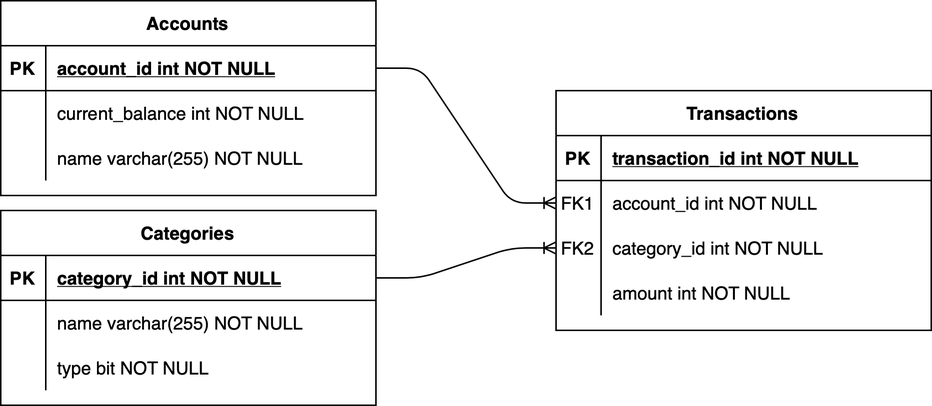
Above: doc/pictures/er-logical.drawio.png in GeorgiiFirsov/bdgt (draw.io), before the change. Source tidied: cells renumbered, new cells last; positions are measured from the earlier drawing's top-left corner, leaving out a move shared by most shapes. The source it was exported from:
```xml
<mxGraphModel>
  <root>
    <mxCell id="0" />
    <mxCell id="1" parent="0" />
    <mxCell id="2" value="Transactions" style="shape=table;startSize=30;rowLines=0;fontStyle=1;align=center;fontFamily=Helvetica;" parent="1" vertex="1">
      <mxGeometry x="370" y="60" width="250" height="160" as="geometry" />
    </mxCell>
    <mxCell id="3" style="shape=partialRectangle;fillColor=none;top=0;left=0;right=0;bottom=1;fontFamily=Helvetica;" parent="2" vertex="1">
      <mxGeometry y="30" width="250" height="30" as="geometry" />
    </mxCell>
    <mxCell id="4" value="PK" style="shape=partialRectangle;overflow=hidden;fillColor=none;top=0;left=0;bottom=0;right=0;fontStyle=1;fontFamily=Helvetica;" parent="3" vertex="1">
      <mxGeometry width="30" height="30" as="geometry" />
    </mxCell>
    <mxCell id="5" value="transaction_id int NOT NULL " style="shape=partialRectangle;overflow=hidden;fillColor=none;top=0;left=0;bottom=0;right=0;align=left;spacingLeft=6;fontStyle=5;fontFamily=Helvetica;" parent="3" vertex="1">
      <mxGeometry x="30" width="220" height="30" as="geometry" />
    </mxCell>
    <mxCell id="6" style="shape=partialRectangle;fillColor=none;points=[[0,0.5],[1,0.5]];portConstraint=eastwest;top=0;left=0;right=0;bottom=0;fontFamily=Helvetica;" parent="2" vertex="1">
      <mxGeometry y="60" width="250" height="30" as="geometry" />
    </mxCell>
    <mxCell id="7" value="FK1" style="shape=partialRectangle;overflow=hidden;fillColor=none;top=0;left=0;bottom=0;right=0;fontFamily=Helvetica;" parent="6" vertex="1">
      <mxGeometry width="30" height="30" as="geometry" />
    </mxCell>
    <mxCell id="8" value="account_id int NOT NULL" style="shape=partialRectangle;overflow=hidden;fillColor=none;top=0;left=0;bottom=0;right=0;align=left;spacingLeft=6;fontFamily=Helvetica;" parent="6" vertex="1">
      <mxGeometry x="30" width="220" height="30" as="geometry" />
    </mxCell>
    <mxCell id="9" style="shape=tableRow;horizontal=0;startSize=0;swimlaneHead=0;swimlaneBody=0;fillColor=none;points=[[0,0.5],[1,0.5]];portConstraint=eastwest;top=0;left=0;right=0;bottom=0;fontFamily=Helvetica;" parent="2" vertex="1">
      <mxGeometry y="90" width="250" height="30" as="geometry" />
    </mxCell>
    <mxCell id="10" value="FK2" style="shape=partialRectangle;fillColor=none;top=0;left=0;bottom=0;right=0;fontStyle=0;overflow=hidden;whiteSpace=wrap;html=1;fontFamily=Helvetica;" parent="9" vertex="1">
      <mxGeometry width="30" height="30" as="geometry" />
    </mxCell>
    <mxCell id="11" value="category_id int NOT NULL" style="shape=partialRectangle;fillColor=none;top=0;left=0;bottom=0;right=0;align=left;spacingLeft=6;fontStyle=0;overflow=hidden;whiteSpace=wrap;html=1;fontFamily=Helvetica;" parent="9" vertex="1">
      <mxGeometry x="30" width="220" height="30" as="geometry" />
    </mxCell>
    <mxCell id="12" style="shape=partialRectangle;fillColor=none;top=0;left=0;right=0;bottom=0;fontFamily=Helvetica;" parent="2" vertex="1">
      <mxGeometry y="120" width="250" height="30" as="geometry" />
    </mxCell>
    <mxCell id="13" style="shape=partialRectangle;overflow=hidden;fillColor=none;top=0;left=0;bottom=0;right=0;fontFamily=Helvetica;" parent="12" vertex="1">
      <mxGeometry width="30" height="30" as="geometry" />
    </mxCell>
    <mxCell id="14" value="amount int NOT NULL" style="shape=partialRectangle;overflow=hidden;fillColor=none;top=0;left=0;bottom=0;right=0;align=left;spacingLeft=6;fontFamily=Helvetica;" parent="12" vertex="1">
      <mxGeometry x="30" width="220" height="30" as="geometry" />
    </mxCell>
    <mxCell id="15" value="Categories" style="shape=table;startSize=30;rowLines=0;fontStyle=1;align=center;fontFamily=Helvetica;" parent="1" vertex="1">
      <mxGeometry y="140" width="250" height="130" as="geometry" />
    </mxCell>
    <mxCell id="16" style="shape=partialRectangle;fillColor=none;points=[[0,0.5],[1,0.5]];portConstraint=eastwest;top=0;left=0;right=0;bottom=1;fontFamily=Helvetica;" parent="15" vertex="1">
      <mxGeometry y="30" width="250" height="30" as="geometry" />
    </mxCell>
    <mxCell id="17" value="PK" style="shape=partialRectangle;overflow=hidden;fillColor=none;top=0;left=0;bottom=0;right=0;fontStyle=1;fontFamily=Helvetica;" parent="16" vertex="1">
      <mxGeometry width="30" height="30" as="geometry" />
    </mxCell>
    <mxCell id="18" value="category_id int NOT NULL " style="shape=partialRectangle;overflow=hidden;fillColor=none;top=0;left=0;bottom=0;right=0;align=left;spacingLeft=6;fontStyle=5;fontFamily=Helvetica;" parent="16" vertex="1">
      <mxGeometry x="30" width="220" height="30" as="geometry" />
    </mxCell>
    <mxCell id="19" style="shape=partialRectangle;fillColor=none;top=0;left=0;right=0;bottom=0;fontFamily=Helvetica;" parent="15" vertex="1">
      <mxGeometry y="60" width="250" height="30" as="geometry" />
    </mxCell>
    <mxCell id="20" style="shape=partialRectangle;overflow=hidden;fillColor=none;top=0;left=0;bottom=0;right=0;fontFamily=Helvetica;" parent="19" vertex="1">
      <mxGeometry width="30" height="30" as="geometry" />
    </mxCell>
    <mxCell id="21" value="name varchar(255) NOT NULL" style="shape=partialRectangle;overflow=hidden;fillColor=none;top=0;left=0;bottom=0;right=0;align=left;spacingLeft=6;fontFamily=Helvetica;" parent="19" vertex="1">
      <mxGeometry x="30" width="220" height="30" as="geometry" />
    </mxCell>
    <mxCell id="22" style="shape=tableRow;horizontal=0;startSize=0;swimlaneHead=0;swimlaneBody=0;fillColor=none;top=0;left=0;right=0;bottom=0;" parent="15" vertex="1">
      <mxGeometry y="90" width="250" height="30" as="geometry" />
    </mxCell>
    <mxCell id="23" style="shape=partialRectangle;fillColor=none;top=0;left=0;bottom=0;right=0;overflow=hidden;" parent="22" vertex="1">
      <mxGeometry width="30" height="30" as="geometry" />
    </mxCell>
    <mxCell id="24" value="type bit NOT NULL" style="shape=partialRectangle;fillColor=none;top=0;left=0;bottom=0;right=0;align=left;spacingLeft=6;overflow=hidden;" parent="22" vertex="1">
      <mxGeometry x="30" width="220" height="30" as="geometry" />
    </mxCell>
    <mxCell id="25" value="Accounts" style="shape=table;startSize=30;rowLines=0;fontStyle=1;align=center;fontFamily=Helvetica;" parent="1" vertex="1">
      <mxGeometry width="250" height="130" as="geometry" />
    </mxCell>
    <mxCell id="26" style="shape=partialRectangle;fillColor=none;points=[[0,0.5],[1,0.5]];portConstraint=eastwest;top=0;left=0;right=0;bottom=1;fontFamily=Helvetica;" parent="25" vertex="1">
      <mxGeometry y="30" width="250" height="30" as="geometry" />
    </mxCell>
    <mxCell id="27" value="PK" style="shape=partialRectangle;overflow=hidden;fillColor=none;top=0;left=0;bottom=0;right=0;fontStyle=1;fontFamily=Helvetica;" parent="26" vertex="1">
      <mxGeometry width="30" height="30" as="geometry" />
    </mxCell>
    <mxCell id="28" value="account_id int NOT NULL " style="shape=partialRectangle;overflow=hidden;fillColor=none;top=0;left=0;bottom=0;right=0;align=left;spacingLeft=6;fontStyle=5;fontFamily=Helvetica;" parent="26" vertex="1">
      <mxGeometry x="30" width="220" height="30" as="geometry" />
    </mxCell>
    <mxCell id="29" style="shape=partialRectangle;fillColor=none;top=0;left=0;right=0;bottom=0;fontFamily=Helvetica;" parent="25" vertex="1">
      <mxGeometry y="60" width="250" height="30" as="geometry" />
    </mxCell>
    <mxCell id="30" style="shape=partialRectangle;overflow=hidden;fillColor=none;top=0;left=0;bottom=0;right=0;fontFamily=Helvetica;" parent="29" vertex="1">
      <mxGeometry width="30" height="30" as="geometry" />
    </mxCell>
    <mxCell id="31" value="current_balance int NOT NULL" style="shape=partialRectangle;overflow=hidden;fillColor=none;top=0;left=0;bottom=0;right=0;align=left;spacingLeft=6;fontFamily=Helvetica;" parent="29" vertex="1">
      <mxGeometry x="30" width="220" height="30" as="geometry" />
    </mxCell>
    <mxCell id="32" style="shape=tableRow;horizontal=0;startSize=0;swimlaneHead=0;swimlaneBody=0;fillColor=none;top=0;left=0;right=0;bottom=0;" parent="25" vertex="1">
      <mxGeometry y="90" width="250" height="30" as="geometry" />
    </mxCell>
    <mxCell id="33" style="shape=partialRectangle;fillColor=none;top=0;left=0;bottom=0;right=0;overflow=hidden;" parent="32" vertex="1">
      <mxGeometry width="30" height="30" as="geometry" />
    </mxCell>
    <mxCell id="34" value="name varchar(255) NOT NULL" style="shape=partialRectangle;fillColor=none;top=0;left=0;bottom=0;right=0;align=left;spacingLeft=6;overflow=hidden;" parent="32" vertex="1">
      <mxGeometry x="30" width="220" height="30" as="geometry" />
    </mxCell>
    <mxCell id="35" style="edgeStyle=entityRelationEdgeStyle;fontSize=12;html=1;endArrow=ERoneToMany;rounded=1;entryX=0;entryY=0.5;entryDx=0;entryDy=0;exitX=1;exitY=0.5;exitDx=0;exitDy=0;" parent="1" edge="1" source="26" target="6">
      <mxGeometry relative="1" as="geometry" />
    </mxCell>
    <mxCell id="36" style="edgeStyle=entityRelationEdgeStyle;fontSize=12;html=1;endArrow=ERoneToMany;entryX=0;entryY=0.5;entryDx=0;entryDy=0;exitX=1;exitY=0.5;exitDx=0;exitDy=0;rounded=1;" parent="1" edge="1" source="16" target="9">
      <mxGeometry relative="1" as="geometry" />
    </mxCell>
  </root>
</mxGraphModel>
```
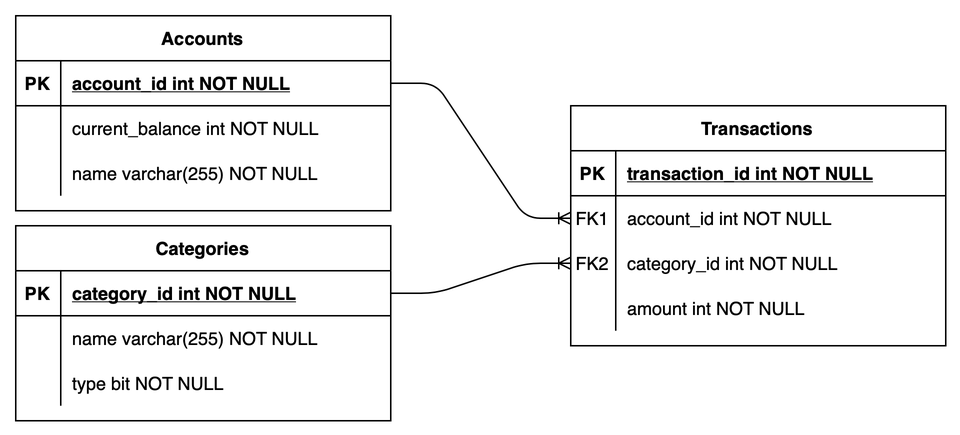
After the commit.

Commit message:
chore: logical DB diagram updated

The edit, as a diff of the source:
```diff
@@ -2,6 +2,9 @@
   <root>
     <mxCell id="0" />
     <mxCell id="1" parent="0" />
+    <mxCell id="37" style="rounded=0;whiteSpace=wrap;html=1;fillColor=default;strokeColor=none;" parent="1" vertex="1">
+      <mxGeometry x="-10" y="-10" width="640" height="290" as="geometry" />
+    </mxCell>
     <mxCell id="2" value="Transactions" style="shape=table;startSize=30;rowLines=0;fontStyle=1;align=center;fontFamily=Helvetica;" parent="1" vertex="1">
       <mxGeometry x="370" y="60" width="250" height="160" as="geometry" />
     </mxCell>
```
